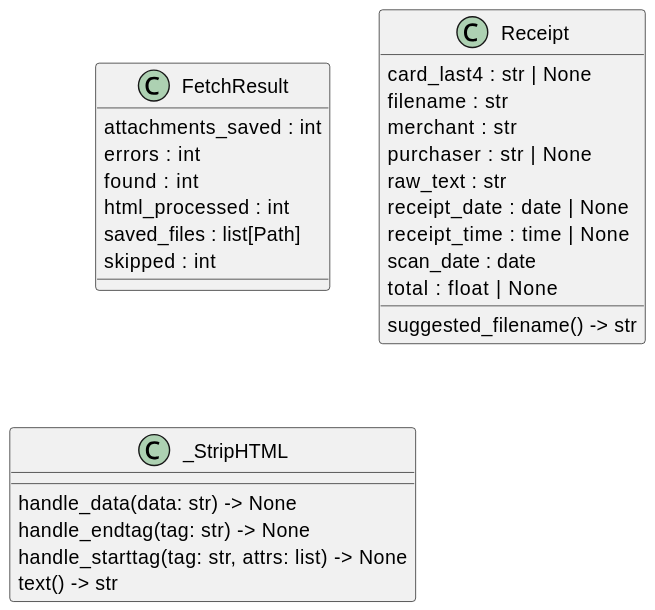
Earlier version of the PlantUML export docs/diagrams/python-classes.puml.svg (casonk/intake).
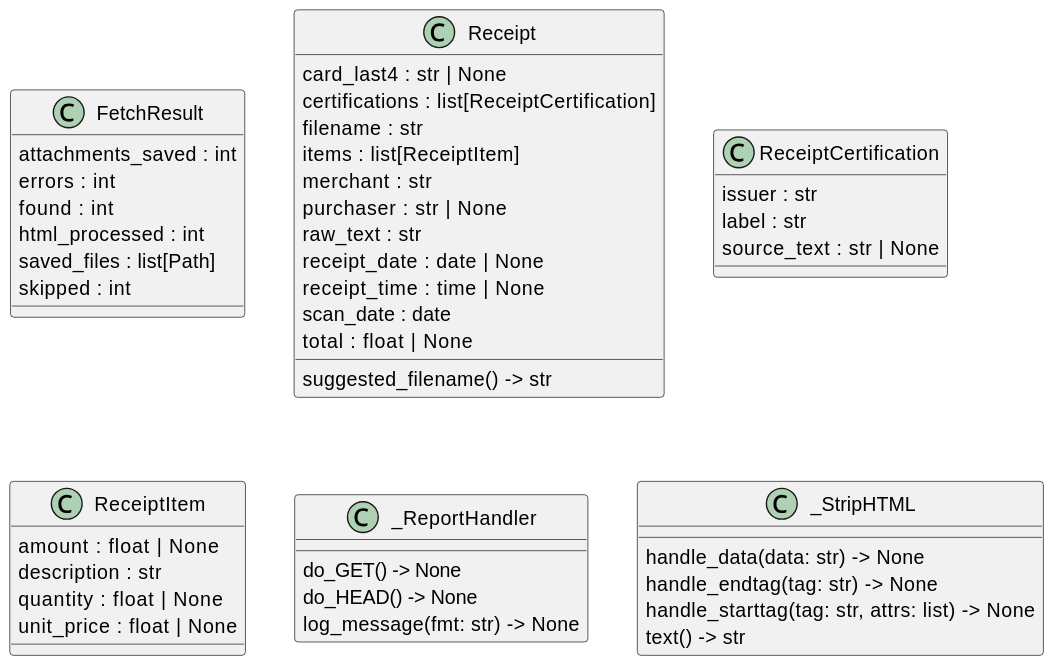
After the commit.

Change to the diagram source:
```diff
@@ -10,7 +10,9 @@
 }
 class "Receipt" as intake.parse.Receipt {
   card_last4 : str | None
+  certifications : list[ReceiptCertification]
   filename : str
+  items : list[ReceiptItem]
   merchant : str
   purchaser : str | None
   raw_text : str
@@ -20,6 +22,22 @@
   total : float | None
   suggested_filename() -> str
 }
+class "ReceiptCertification" as intake.certification.ReceiptCertification {
+  issuer : str
+  label : str
+  source_text : str | None
+}
+class "ReceiptItem" as intake.parse.ReceiptItem {
+  amount : float | None
+  description : str
+  quantity : float | None
+  unit_price : float | None
+}
+class "_ReportHandler" as intake.web._ReportHandler {
+  do_GET() -> None
+  do_HEAD() -> None
+  log_message(fmt: str) -> None
+}
 class "_StripHTML" as intake.email._StripHTML {
   handle_data(data: str) -> None
   handle_endtag(tag: str) -> None
```
